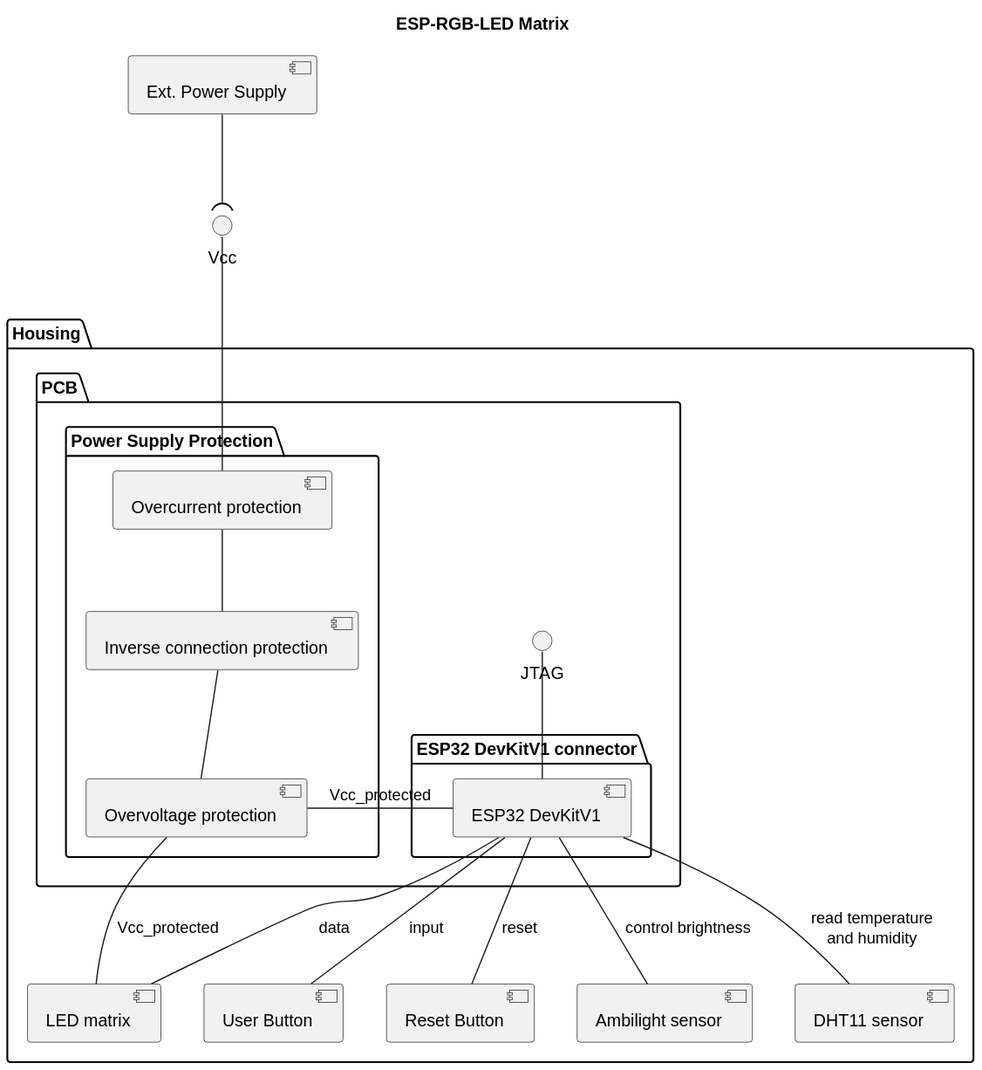
BlueAndi/Pixelix keeps this PlantUML diagram as doc/architecture/svg/system.svg. Above is the earlier version.
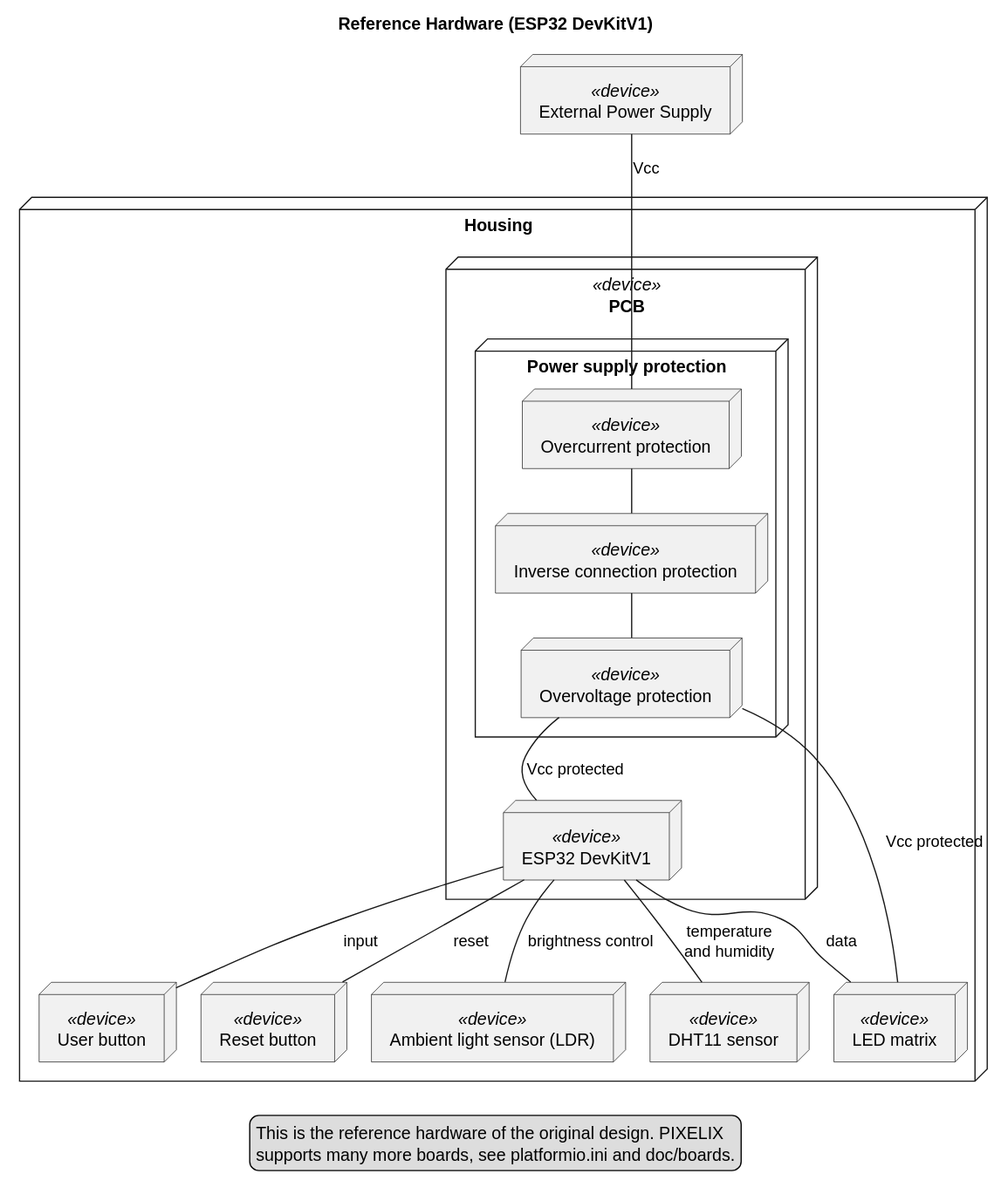
The same diagram one commit later.

Change to the diagram source:
```diff
@@ -1,49 +1,46 @@
 @startuml
-title ESP-RGB-LED Matrix
+title Reference Hardware (ESP32 DevKitV1)
 
-component "Ext. Power Supply" as extPowerSupply
 
-interface "Vcc" as iVcc
+skinparam nodesep 20
+skinparam ranksep 35
 
-package "Housing" {
+node "External Power Supply" <<device>> as extPowerSupply
 
-    package "PCB" as pcb {
+node "Housing" as housing {
 
-        package "Power Supply Protection" {
+    node "PCB" <<device>> as pcb {
 
-            component "Overcurrent protection" as ocp
-            component "Inverse connection protection" as icp
-            component "Overvoltage protection" as ovp
+        node "Power supply protection" as protection {
+            node "Overcurrent protection" <<device>> as ocp
+            node "Inverse connection protection" <<device>> as icp
+            node "Overvoltage protection" <<device>> as ovp
         }
 
-        package "ESP32 DevKitV1 connector" {
-
-            component "ESP32 DevKitV1" as esp32
-        }
-
-        interface "JTAG" as iJtag
-
-        esp32 -u- iJtag
+        node "ESP32 DevKitV1" <<device>> as esp32
     }
 
-    component "LED matrix" as ledMatrix
-    component "User Button" as userButton
-    component "Reset Button" as resetButton
-    component "Ambilight sensor" as ambilightSensor
-    component "DHT11 sensor" as dht11Sensor
-
+    node "LED matrix" <<device>> as ledMatrix
+    node "User button" <<device>> as userButton
+    node "Reset button" <<device>> as resetButton
+    node "Ambient light sensor (LDR)" <<device>> as ldr
+    node "DHT11 sensor" <<device>> as dht11
 }
 
-extPowerSupply --( iVcc
-iVcc -- ocp
+extPowerSupply -- ocp: Vcc
 ocp -- icp
 icp -- ovp
-ovp -r- esp32: Vcc_protected
-ovp -- ledMatrix: Vcc_protected
+ovp -- esp32: Vcc protected
+ovp -- ledMatrix: Vcc protected
 
 esp32 -- ledMatrix: data
 esp32 -- userButton: input
 esp32 -- resetButton: reset
-esp32 -- ambilightSensor: control brightness
-esp32 -- dht11Sensor: read temperature\nand humidity
+esp32 -- ldr: brightness control
+esp32 -- dht11: temperature\nand humidity
+
+legend bottom
+    This is the reference hardware of the original design. PIXELIX
+    supports many more boards, see platformio.ini and doc/boards.
+endlegend
 @enduml
```
